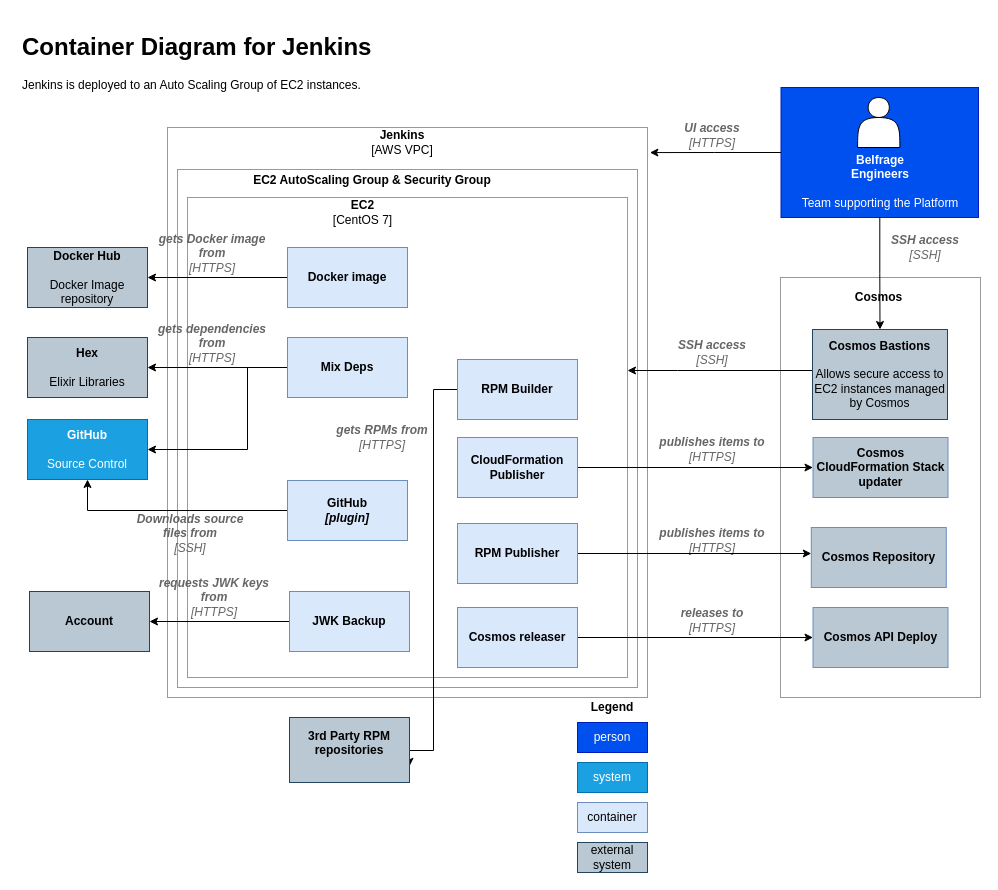
Earlier version of the draw.io diagram docs/source/architecture/c4-cicd-level-2-jenkins.drawio (tracy-o/learning-day). Source tidied: cells renumbered, new cells numbered last; positions are measured from the earlier drawing's top-left corner, leaving out a move shared by most shapes. Both pictures are drawn from the tidied source at 100%, with x=0, y=0 at pixel (17, 27).
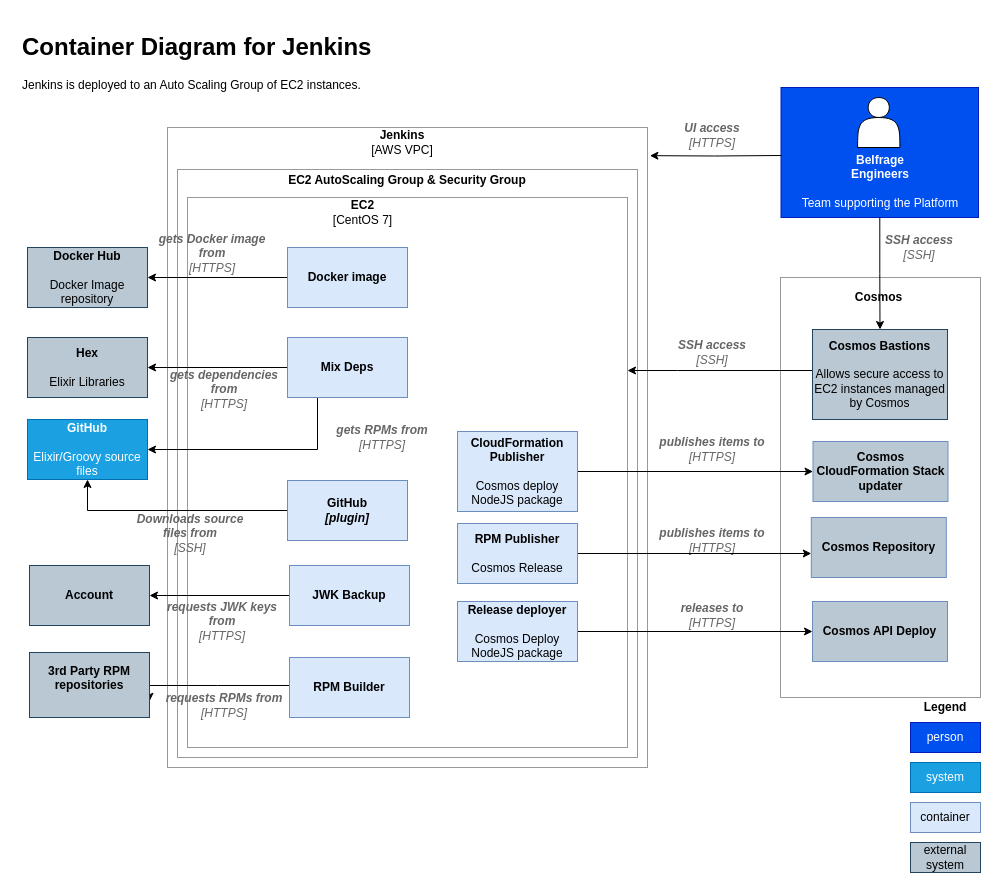
After the change.

Unchanged cells that the change refers to:
```xml
<mxCell id="15" value="&lt;br&gt;&lt;br&gt;&lt;br&gt;&lt;br&gt;&lt;b&gt;Belfrage&lt;br&gt;Engineers&lt;/b&gt;&lt;br&gt;&lt;br&gt;Team supporting the Platform" style="rounded=0;whiteSpace=wrap;html=1;fillColor=#0050ef;strokeColor=#001DBC;fontColor=#ffffff;" parent="14" vertex="1">
  <mxGeometry x="1" width="197.5" height="130" as="geometry" />
</mxCell>
<mxCell id="37" value="&lt;b&gt;Mix Deps&lt;/b&gt;" style="rounded=0;whiteSpace=wrap;html=1;fillColor=#dae8fc;strokeColor=#6c8ebf;" parent="1" vertex="1">
  <mxGeometry x="270" y="310" width="120" height="60" as="geometry" />
</mxCell>
```

The edit, as a diff of the source:
```diff
@@
     <mxCell id="2" style="rounded=0;whiteSpace=wrap;html=1;fillColor=none;strokeColor=#999999;" parent="1" vertex="1">
-      <mxGeometry x="150" y="100" width="480" height="570" as="geometry" />
+      <mxGeometry x="150" y="100" width="480" height="640" as="geometry" />
     </mxCell>
     <mxCell id="3" style="rounded=0;whiteSpace=wrap;html=1;fillColor=none;strokeColor=#999999;" parent="1" vertex="1">
-      <mxGeometry x="160" y="142" width="460" height="518" as="geometry" />
+      <mxGeometry x="160" y="142" width="460" height="588" as="geometry" />
     </mxCell>
     <mxCell id="4" style="rounded=0;whiteSpace=wrap;html=1;fillColor=none;strokeColor=#999999;" parent="1" vertex="1">
-      <mxGeometry x="170" y="170" width="440" height="480" as="geometry" />
+      <mxGeometry x="170" y="170" width="440" height="550" as="geometry" />
     </mxCell>
@@
     <mxCell id="7" value="&lt;b&gt;EC2 AutoScaling Group &amp;amp; Security Group&lt;/b&gt;" style="text;html=1;strokeColor=none;fillColor=none;align=center;verticalAlign=middle;whiteSpace=wrap;rounded=0;" parent="1" vertex="1">
-      <mxGeometry x="130" y="143" width="450" height="20" as="geometry" />
+      <mxGeometry x="180" y="143" width="420" height="20" as="geometry" />
     </mxCell>
@@
     <mxCell id="10" value="container" style="rounded=0;whiteSpace=wrap;html=1;fillColor=#dae8fc;strokeColor=#6c8ebf;" parent="1" vertex="1">
-      <mxGeometry x="560" y="775" width="70" height="30" as="geometry" />
+      <mxGeometry x="893" y="775" width="70" height="30" as="geometry" />
     </mxCell>
     <mxCell id="11" value="system" style="rounded=0;whiteSpace=wrap;html=1;fillColor=#1ba1e2;strokeColor=#006EAF;fontColor=#ffffff;" parent="1" vertex="1">
-      <mxGeometry x="560" y="735" width="70" height="30" as="geometry" />
+      <mxGeometry x="893" y="735" width="70" height="30" as="geometry" />
     </mxCell>
     <mxCell id="12" value="person" style="rounded=0;whiteSpace=wrap;html=1;fillColor=#0050ef;strokeColor=#001DBC;fontColor=#ffffff;" parent="1" vertex="1">
-      <mxGeometry x="560" y="695" width="70" height="30" as="geometry" />
+      <mxGeometry x="893" y="695" width="70" height="30" as="geometry" />
     </mxCell>
     <mxCell id="13" value="external system" style="rounded=0;whiteSpace=wrap;html=1;fillColor=#bac8d3;strokeColor=#23445d;" parent="1" vertex="1">
-      <mxGeometry x="560" y="815" width="70" height="30" as="geometry" />
+      <mxGeometry x="893" y="815" width="70" height="30" as="geometry" />
     </mxCell>
@@
     <mxCell id="19" value="&lt;i&gt;&lt;font color=&quot;#666666&quot;&gt;&lt;b&gt;SSH access&lt;/b&gt;&lt;br&gt;[SSH]&lt;br&gt;&lt;/font&gt;&lt;/i&gt;" style="text;html=1;strokeColor=none;fillColor=none;align=center;verticalAlign=middle;whiteSpace=wrap;rounded=0;" parent="1" vertex="1">
-      <mxGeometry x="853" y="210" width="110" height="20" as="geometry" />
+      <mxGeometry x="862" y="210" width="80" height="20" as="geometry" />
     </mxCell>
@@
-    <mxCell id="21" value="&lt;b&gt;GitHub&lt;/b&gt;&lt;br&gt;&lt;br&gt;Source Control" style="rounded=0;whiteSpace=wrap;html=1;fillColor=#1ba1e2;strokeColor=#006EAF;fontColor=#ffffff;" parent="1" vertex="1">
+    <mxCell id="21" value="&lt;b&gt;GitHub&lt;/b&gt;&lt;br&gt;&lt;br&gt;Elixir/Groovy source files" style="rounded=0;whiteSpace=wrap;html=1;fillColor=#1ba1e2;strokeColor=#006EAF;fontColor=#ffffff;" parent="1" vertex="1">
       <mxGeometry x="10" y="392" width="120" height="60" as="geometry" />
     </mxCell>
@@
     <mxCell id="25" value="&lt;b&gt;Legend&lt;/b&gt;" style="text;html=1;strokeColor=none;fillColor=none;align=center;verticalAlign=middle;whiteSpace=wrap;rounded=0;" parent="1" vertex="1">
-      <mxGeometry x="560" y="670" width="70" height="20" as="geometry" />
+      <mxGeometry x="893" y="670" width="70" height="20" as="geometry" />
     </mxCell>
@@
     <mxCell id="27" value="&lt;b&gt;Cosmos Repository&lt;/b&gt;" style="rounded=0;whiteSpace=wrap;html=1;strokeColor=#6c8ebf;fillColor=#BAC8D3;" parent="1" vertex="1">
-      <mxGeometry x="793.8" y="500" width="135" height="60" as="geometry" />
+      <mxGeometry x="793.8" y="490" width="135" height="60" as="geometry" />
     </mxCell>
@@
     <mxCell id="29" value="&lt;b&gt;JWK Backup&lt;/b&gt;" style="rounded=0;whiteSpace=wrap;html=1;fillColor=#dae8fc;strokeColor=#6c8ebf;" parent="1" vertex="1">
-      <mxGeometry x="272" y="564" width="120" height="60" as="geometry" />
+      <mxGeometry x="272" y="538" width="120" height="60" as="geometry" />
     </mxCell>
     <mxCell id="30" value="&lt;b&gt;Account&lt;/b&gt;" style="rounded=0;whiteSpace=wrap;html=1;fillColor=#bac8d3;strokeColor=#23445d;" parent="1" vertex="1">
-      <mxGeometry x="12" y="564" width="120" height="60" as="geometry" />
+      <mxGeometry x="12" y="538" width="120" height="60" as="geometry" />
     </mxCell>
     <mxCell id="31" value="&lt;font color=&quot;#666666&quot;&gt;&lt;i&gt;&lt;b&gt;requests JWK keys from&lt;br&gt;&lt;/b&gt;[HTTPS]&lt;/i&gt;&lt;/font&gt;" style="text;html=1;strokeColor=none;fillColor=none;align=center;verticalAlign=middle;whiteSpace=wrap;rounded=0;" parent="1" vertex="1">
-      <mxGeometry x="132" y="560" width="130" height="20" as="geometry" />
+      <mxGeometry x="140" y="584" width="130" height="20" as="geometry" />
     </mxCell>
@@
-    <mxCell id="33" value="&lt;b&gt;RPM Publisher&lt;/b&gt;" style="rounded=0;whiteSpace=wrap;html=1;fillColor=#dae8fc;strokeColor=#6c8ebf;" parent="1" vertex="1">
+    <mxCell id="33" value="&lt;b&gt;RPM Publisher&lt;/b&gt;&lt;br&gt;&lt;br&gt;Cosmos Release" style="rounded=0;whiteSpace=wrap;html=1;fillColor=#dae8fc;strokeColor=#6c8ebf;" parent="1" vertex="1">
       <mxGeometry x="440" y="496" width="120" height="60" as="geometry" />
     </mxCell>
@@
     <mxCell id="36" style="edgeStyle=orthogonalEdgeStyle;rounded=0;jettySize=auto;html=1;entryX=1;entryY=0.5;entryDx=0;entryDy=0;" parent="1" edge="1" source="37" target="21">
       <mxGeometry relative="1" as="geometry">
         <Array as="points">
-          <mxPoint x="230" y="340" />
-          <mxPoint x="230" y="422" />
+          <mxPoint x="300" y="422" />
         </Array>
       </mxGeometry>
     </mxCell>
@@
     <mxCell id="42" value="&lt;font color=&quot;#666666&quot;&gt;&lt;i&gt;&lt;b&gt;gets dependencies from&lt;br&gt;&lt;/b&gt;[HTTPS]&lt;/i&gt;&lt;/font&gt;" style="text;html=1;strokeColor=none;fillColor=none;align=center;verticalAlign=middle;whiteSpace=wrap;rounded=0;" parent="1" vertex="1">
-      <mxGeometry x="130" y="306" width="130" height="20" as="geometry" />
+      <mxGeometry x="142" y="352" width="130" height="20" as="geometry" />
     </mxCell>
@@
-    <mxCell id="45" value="&lt;b&gt;CloudFormation Publisher&lt;/b&gt;" style="rounded=0;whiteSpace=wrap;html=1;fillColor=#dae8fc;strokeColor=#6c8ebf;" parent="1" vertex="1">
-      <mxGeometry x="440" y="410" width="120" height="60" as="geometry" />
+    <mxCell id="45" value="&lt;b&gt;CloudFormation Publisher&lt;/b&gt;&lt;br&gt;&lt;br&gt;Cosmos deploy NodeJS package" style="rounded=0;whiteSpace=wrap;html=1;fillColor=#dae8fc;strokeColor=#6c8ebf;" parent="1" vertex="1">
+      <mxGeometry x="440" y="404" width="120" height="80" as="geometry" />
     </mxCell>
     <mxCell id="46" value="&lt;b&gt;Cosmos CloudFormation Stack updater&lt;/b&gt;" style="rounded=0;whiteSpace=wrap;html=1;strokeColor=#6c8ebf;fillColor=#BAC8D3;" parent="1" vertex="1">
-      <mxGeometry x="795.5" y="410" width="135" height="60" as="geometry" />
+      <mxGeometry x="795.5" y="414" width="135" height="60" as="geometry" />
     </mxCell>
@@
-    <mxCell id="49" value="&lt;b&gt;Cosmos releaser&lt;/b&gt;" style="rounded=0;whiteSpace=wrap;html=1;fillColor=#dae8fc;strokeColor=#6c8ebf;" parent="1" vertex="1">
-      <mxGeometry x="440" y="580" width="120" height="60" as="geometry" />
+    <mxCell id="49" value="&lt;b&gt;Release deployer&lt;/b&gt;&lt;br&gt;&lt;br&gt;Cosmos Deploy NodeJS package" style="rounded=0;whiteSpace=wrap;html=1;fillColor=#dae8fc;strokeColor=#6c8ebf;" parent="1" vertex="1">
+      <mxGeometry x="440" y="574" width="120" height="60" as="geometry" />
     </mxCell>
     <mxCell id="50" value="&lt;b&gt;Cosmos API Deploy&lt;/b&gt;" style="rounded=0;whiteSpace=wrap;html=1;strokeColor=#6c8ebf;fillColor=#BAC8D3;" parent="1" vertex="1">
-      <mxGeometry x="795.5" y="580" width="135" height="60" as="geometry" />
+      <mxGeometry x="795" y="574" width="135" height="60" as="geometry" />
     </mxCell>
     <mxCell id="51" value="&lt;i&gt;&lt;font color=&quot;#666666&quot;&gt;&lt;b&gt;releases to&lt;/b&gt;&lt;br&gt;[HTTPS]&lt;br&gt;&lt;/font&gt;&lt;/i&gt;" style="text;html=1;strokeColor=none;fillColor=none;align=center;verticalAlign=middle;whiteSpace=wrap;rounded=0;" parent="1" vertex="1">
-      <mxGeometry x="640" y="583" width="110" height="20" as="geometry" />
+      <mxGeometry x="640" y="578" width="110" height="20" as="geometry" />
     </mxCell>
@@
-    <mxCell id="53" style="edgeStyle=orthogonalEdgeStyle;rounded=0;jettySize=auto;html=1;entryX=1.005;entryY=0.044;entryDx=0;entryDy=0;entryPerimeter=0;" parent="1" edge="1" source="15" target="2">
-      <mxGeometry relative="1" as="geometry" />
+    <mxCell id="53" style="edgeStyle=orthogonalEdgeStyle;rounded=0;jettySize=auto;html=1;entryX=1.005;entryY=0.044;entryDx=0;entryDy=0;entryPerimeter=0;" parent="1" edge="1" target="2">
+      <mxGeometry relative="1" as="geometry">
+        <mxPoint x="764" y="128" as="sourcePoint" />
+      </mxGeometry>
     </mxCell>
@@
     <mxCell id="55" style="edgeStyle=orthogonalEdgeStyle;rounded=0;jettySize=auto;html=1;entryX=1;entryY=0.75;entryDx=0;entryDy=0;" parent="1" edge="1" source="56" target="57">
       <mxGeometry relative="1" as="geometry">
         <Array as="points">
-          <mxPoint x="416" y="362" />
-          <mxPoint x="416" y="723" />
+          <mxPoint x="200" y="658" />
+          <mxPoint x="200" y="658" />
         </Array>
       </mxGeometry>
     </mxCell>
     <mxCell id="56" value="&lt;b&gt;RPM Builder&lt;/b&gt;" style="rounded=0;whiteSpace=wrap;html=1;fillColor=#dae8fc;strokeColor=#6c8ebf;" parent="1" vertex="1">
-      <mxGeometry x="440" y="332" width="120" height="60" as="geometry" />
+      <mxGeometry x="272" y="630" width="120" height="60" as="geometry" />
     </mxCell>
     <mxCell id="57" value="&lt;b&gt;3rd Party RPM repositories&lt;/b&gt;&lt;br&gt;&lt;br&gt;" style="rounded=0;whiteSpace=wrap;html=1;fillColor=#bac8d3;strokeColor=#23445d;" parent="1" vertex="1">
-      <mxGeometry x="272" y="690" width="120" height="65" as="geometry" />
+      <mxGeometry x="12" y="625" width="120" height="65" as="geometry" />
     </mxCell>
@@
+    <mxCell id="59" value="&lt;font color=&quot;#666666&quot;&gt;&lt;i&gt;&lt;b&gt;requests RPMs from&lt;br&gt;&lt;/b&gt;[HTTPS]&lt;/i&gt;&lt;/font&gt;" style="text;html=1;strokeColor=none;fillColor=none;align=center;verticalAlign=middle;whiteSpace=wrap;rounded=0;" parent="1" vertex="1">
+      <mxGeometry x="142" y="668" width="130" height="20" as="geometry" />
+    </mxCell>
```
